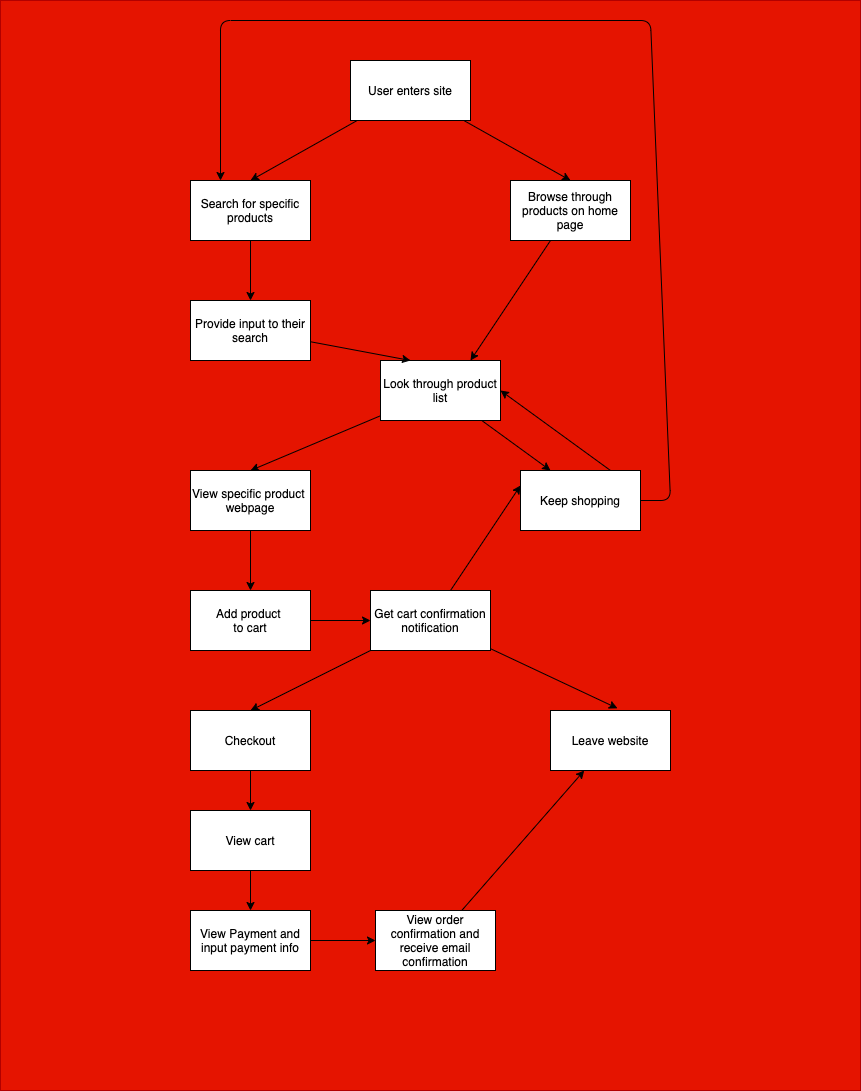
Earlier version of the draw.io export expose/diagramming/diagram.drawio.png (afacade/sp24-cse110-lab4). Source tidied: cells renumbered, new cells last; positions are measured from the earlier drawing's top-left corner, leaving out a move shared by most shapes.
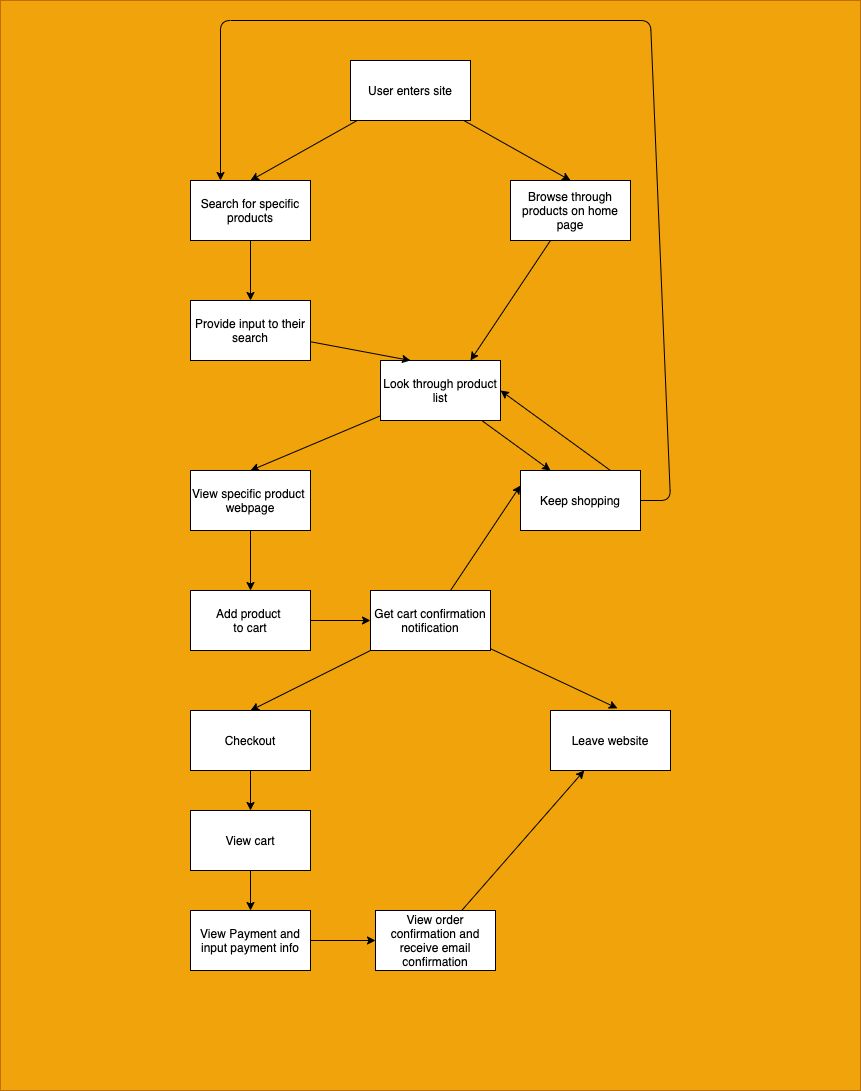
After the commit.

What changed in the source:
```diff
@@ -2,7 +2,7 @@
   <root>
     <mxCell id="0" />
     <mxCell id="1" parent="0" />
-    <mxCell id="2" style="rounded=0;whiteSpace=wrap;html=1;fillColor=#e51400;strokeColor=#B20000;fontColor=#ffffff;" parent="1" vertex="1">
+    <mxCell id="2" style="rounded=0;whiteSpace=wrap;html=1;fillColor=#f0a30a;strokeColor=#BD7000;fontColor=#000000;" parent="1" vertex="1">
       <mxGeometry width="860" height="1090" as="geometry" />
     </mxCell>
     <mxCell id="3" style="edgeStyle=none;html=1;entryX=0.5;entryY=0;entryDx=0;entryDy=0;" parent="1" edge="1" source="5" target="7">
```
